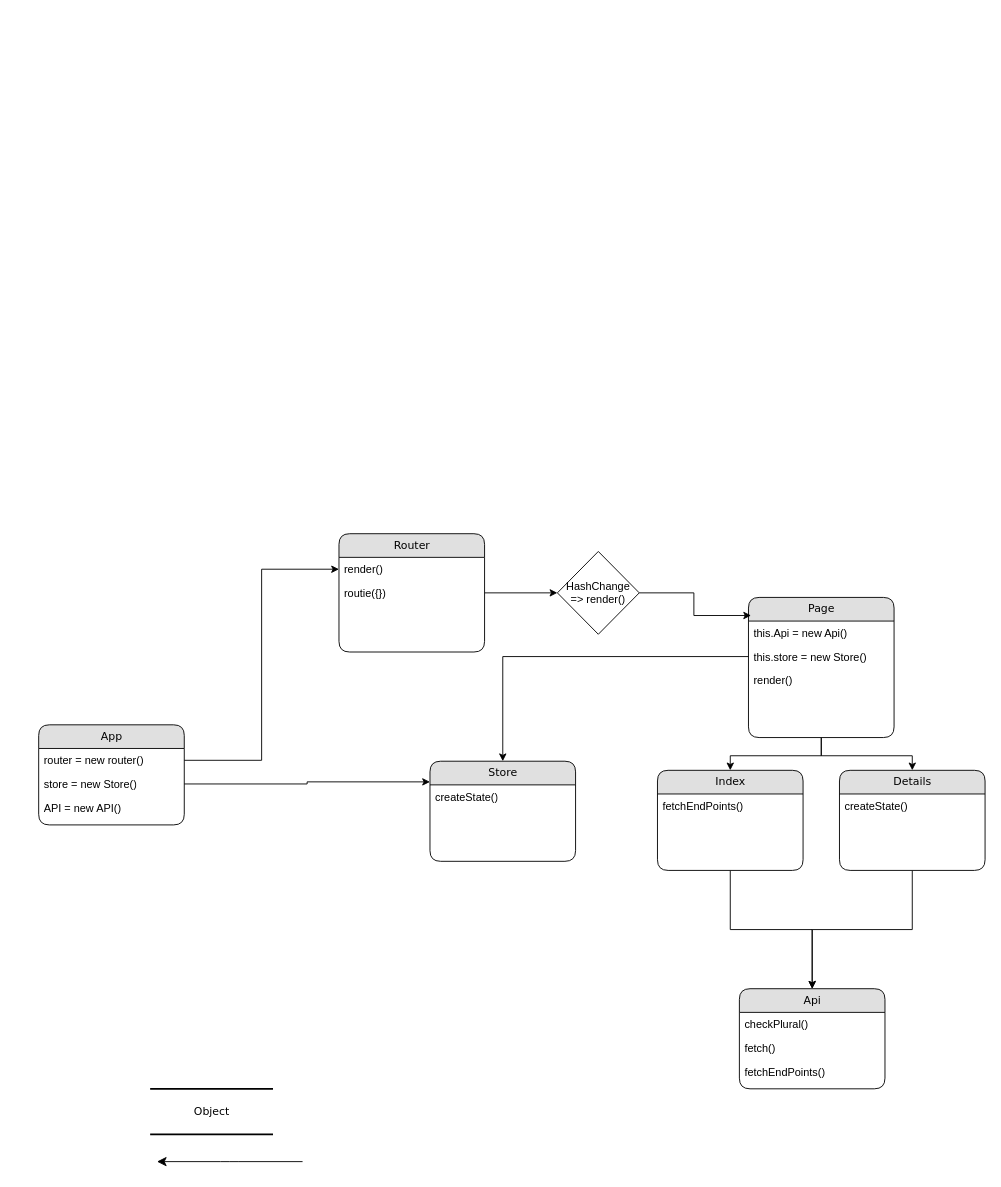
Before: project/assets/wafs2021-interaction-diagram.drawio in stanRepo/web-app-from-scratch-2021, a draw.io diagram. Source tidied: cells renumbered, new cells numbered last; positions are measured from the earlier drawing's top-left corner, leaving out a move shared by most shapes. Both pictures are drawn from the tidied source at 91%, with x=0, y=0 at pixel (38, 533).
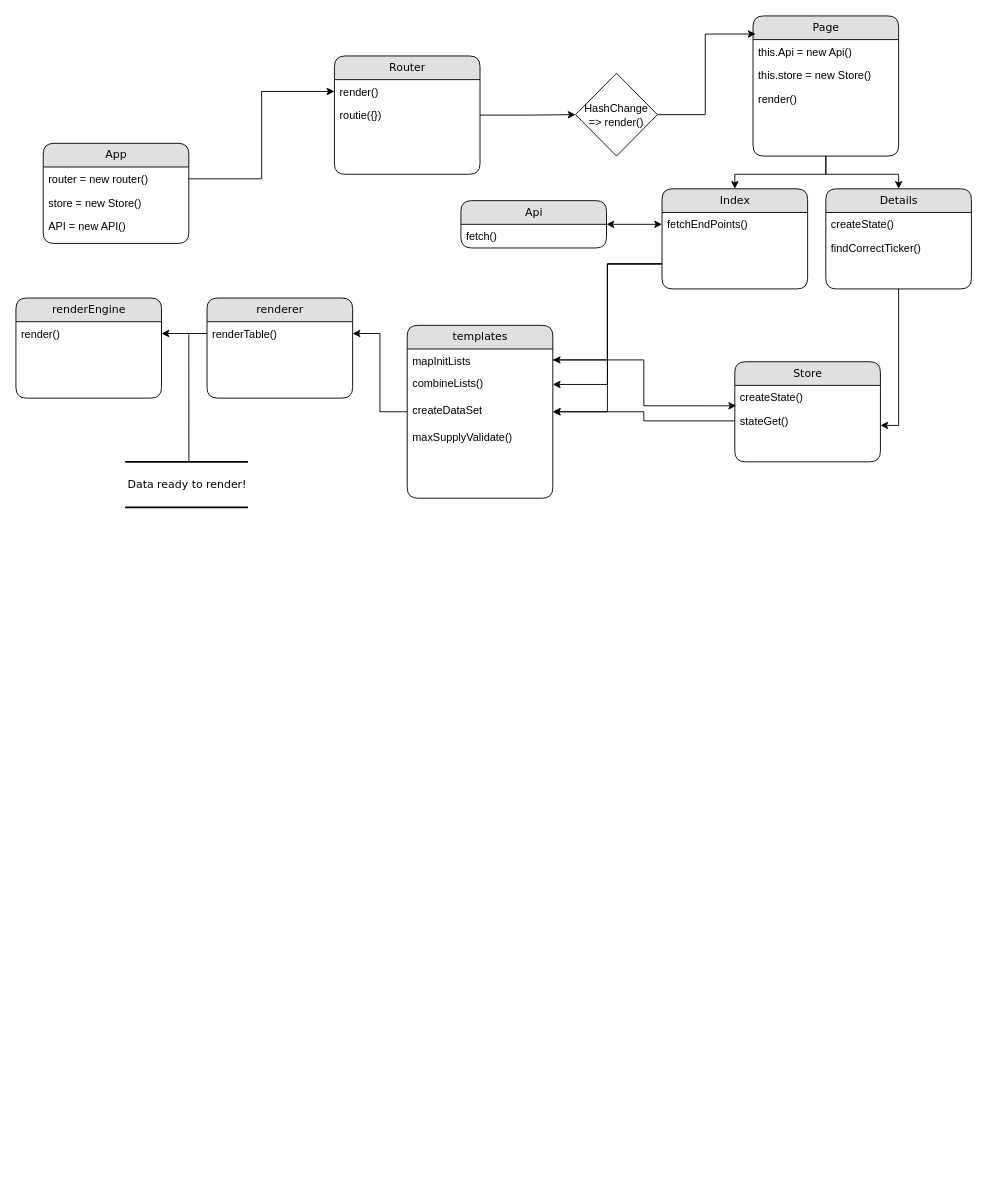
After the change.

The change refers to these unchanged cells:
```xml
<mxCell id="5" value="store = new Store()" style="text;html=1;strokeColor=none;fillColor=none;spacingLeft=4;spacingRight=4;whiteSpace=wrap;overflow=hidden;points=[[0,0.5],[1,0.5]];portConstraint=eastwest;" parent="3" vertex="1">
  <mxGeometry y="52" width="160" height="26" as="geometry" />
</mxCell>
<mxCell id="15" value="this.store = new Store()" style="text;html=1;strokeColor=none;fillColor=none;spacingLeft=4;spacingRight=4;whiteSpace=wrap;overflow=hidden;points=[[0,0.5],[1,0.5]];portConstraint=eastwest;" parent="13" vertex="1">
  <mxGeometry y="52" width="160" height="26" as="geometry" />
</mxCell>
<mxCell id="19" value="createState()" style="text;html=1;strokeColor=none;fillColor=none;spacingLeft=4;spacingRight=4;whiteSpace=wrap;overflow=hidden;points=[[0,0.5],[1,0.5]];portConstraint=eastwest;" parent="18" vertex="1">
  <mxGeometry y="26" width="160" height="26" as="geometry" />
</mxCell>
<mxCell id="29" value="fetchEndPoints()" style="text;html=1;strokeColor=none;fillColor=none;spacingLeft=4;spacingRight=4;whiteSpace=wrap;overflow=hidden;points=[[0,0.5],[1,0.5]];portConstraint=eastwest;" parent="28" vertex="1">
  <mxGeometry y="26" width="160" height="26" as="geometry" />
</mxCell>
```

What changed in the source:
```diff
@@
-    <mxCell id="2" value="Object" style="html=1;rounded=0;shadow=0;comic=0;labelBackgroundColor=none;strokeWidth=2;fontFamily=Verdana;fontSize=12;align=center;shape=mxgraph.ios7ui.horLines;" parent="1" vertex="1">
-      <mxGeometry x="122.5" y="610" width="135" height="50" as="geometry" />
+    <mxCell id="2" value="Data ready to render!" style="html=1;rounded=0;shadow=0;comic=0;labelBackgroundColor=none;strokeWidth=2;fontFamily=Verdana;fontSize=12;align=center;shape=mxgraph.ios7ui.horLines;" parent="1" vertex="1">
+      <mxGeometry x="95" y="-79" width="135" height="50" as="geometry" />
     </mxCell>
     <mxCell id="3" value="App" style="swimlane;html=1;fontStyle=0;horizontal=1;startSize=26;fillColor=#e0e0e0;swimlaneFillColor=#ffffff;align=center;rounded=1;shadow=0;comic=0;labelBackgroundColor=none;strokeWidth=1;fontFamily=Verdana;fontSize=12;" parent="1" vertex="1">
-      <mxGeometry y="210" width="160" height="110" as="geometry" />
+      <mxGeometry x="5" y="-429" width="160" height="110" as="geometry" />
     </mxCell>
@@
     <mxCell id="8" value="Router" style="swimlane;html=1;fontStyle=0;horizontal=1;startSize=26;fillColor=#e0e0e0;swimlaneFillColor=#ffffff;align=center;rounded=1;shadow=0;comic=0;labelBackgroundColor=none;strokeWidth=1;fontFamily=Verdana;fontSize=12;" parent="1" vertex="1">
-      <mxGeometry x="330" width="160" height="130" as="geometry" />
+      <mxGeometry x="325" y="-525" width="160" height="130" as="geometry" />
     </mxCell>
@@
     <mxCell id="13" value="Page" style="swimlane;html=1;fontStyle=0;horizontal=1;startSize=26;fillColor=#e0e0e0;swimlaneFillColor=#ffffff;align=center;rounded=1;shadow=0;comic=0;labelBackgroundColor=none;strokeWidth=1;fontFamily=Verdana;fontSize=12;" parent="1" vertex="1">
-      <mxGeometry x="780" y="70" width="160" height="154" as="geometry" />
+      <mxGeometry x="785" y="-569" width="160" height="154" as="geometry" />
     </mxCell>
@@
-    <mxCell id="17" style="edgeStyle=orthogonalEdgeStyle;html=1;labelBackgroundColor=none;startFill=0;startSize=8;endFill=1;endSize=8;fontFamily=Verdana;fontSize=12;entryX=1;entryY=0.5;" parent="1" edge="1">
-      <mxGeometry relative="1" as="geometry">
-        <mxPoint x="290" y="690" as="sourcePoint" />
-        <mxPoint x="130" y="690" as="targetPoint" />
-        <Array as="points">
-          <mxPoint x="210" y="690" />
-          <mxPoint x="210" y="690" />
-        </Array>
-      </mxGeometry>
-    </mxCell>
     <mxCell id="18" value="Store" style="swimlane;html=1;fontStyle=0;horizontal=1;startSize=26;fillColor=#e0e0e0;swimlaneFillColor=#ffffff;align=center;rounded=1;shadow=0;comic=0;labelBackgroundColor=none;strokeWidth=1;fontFamily=Verdana;fontSize=12;" parent="1" vertex="1">
-      <mxGeometry x="430" y="250" width="160" height="110" as="geometry" />
+      <mxGeometry x="765" y="-189" width="160" height="110" as="geometry" />
     </mxCell>
@@
+    <mxCell id="35" value="stateGet()" style="text;html=1;strokeColor=none;fillColor=none;spacingLeft=4;spacingRight=4;whiteSpace=wrap;overflow=hidden;points=[[0,0.5],[1,0.5]];portConstraint=eastwest;" parent="18" vertex="1">
+      <mxGeometry y="52" width="160" height="26" as="geometry" />
+    </mxCell>
     <mxCell id="20" value="Api" style="swimlane;html=1;fontStyle=0;horizontal=1;startSize=26;fillColor=#e0e0e0;swimlaneFillColor=#ffffff;align=center;rounded=1;shadow=0;comic=0;labelBackgroundColor=none;strokeWidth=1;fontFamily=Verdana;fontSize=12;" parent="1" vertex="1">
-      <mxGeometry x="770" y="500" width="160" height="110" as="geometry" />
+      <mxGeometry x="464" y="-366" width="160" height="52" as="geometry" />
     </mxCell>
-    <mxCell id="21" value="checkPlural()" style="text;html=1;strokeColor=none;fillColor=none;spacingLeft=4;spacingRight=4;whiteSpace=wrap;overflow=hidden;" parent="20" vertex="1">
+    <mxCell id="21" value="fetch()" style="text;html=1;strokeColor=none;fillColor=none;spacingLeft=4;spacingRight=4;whiteSpace=wrap;overflow=hidden;" parent="20" vertex="1">
       <mxGeometry y="26" width="160" height="26" as="geometry" />
     </mxCell>
-    <mxCell id="22" value="fetch()" style="text;html=1;strokeColor=none;fillColor=none;spacingLeft=4;spacingRight=4;whiteSpace=wrap;overflow=hidden;" parent="20" vertex="1">
-      <mxGeometry y="52" width="160" height="26" as="geometry" />
-    </mxCell>
-    <mxCell id="23" value="fetchEndPoints()" style="text;html=1;strokeColor=none;fillColor=none;spacingLeft=4;spacingRight=4;whiteSpace=wrap;overflow=hidden;" parent="20" vertex="1">
-      <mxGeometry y="78" width="160" height="26" as="geometry" />
-    </mxCell>
@@
     <mxCell id="26" value="HashChange&lt;br&gt;=&amp;gt; render()" style="rhombus;whiteSpace=wrap;html=1;" parent="1" vertex="1">
-      <mxGeometry x="570" y="19.5" width="90" height="91" as="geometry" />
+      <mxGeometry x="590" y="-506" width="90" height="91" as="geometry" />
     </mxCell>
-    <mxCell id="27" style="edgeStyle=orthogonalEdgeStyle;rounded=0;jettySize=auto;html=1;" parent="1" edge="1" source="28" target="20">
-      <mxGeometry relative="1" as="geometry" />
-    </mxCell>
     <mxCell id="28" value="Index" style="swimlane;html=1;fontStyle=0;horizontal=1;startSize=26;fillColor=#e0e0e0;swimlaneFillColor=#ffffff;align=center;rounded=1;shadow=0;comic=0;labelBackgroundColor=none;strokeWidth=1;fontFamily=Verdana;fontSize=12;" parent="1" vertex="1">
-      <mxGeometry x="680" y="260" width="160" height="110" as="geometry" />
+      <mxGeometry x="685" y="-379" width="160" height="110" as="geometry" />
     </mxCell>
@@
-    <mxCell id="30" style="edgeStyle=orthogonalEdgeStyle;rounded=0;jettySize=auto;html=1;" parent="1" edge="1" source="31" target="20">
-      <mxGeometry relative="1" as="geometry" />
-    </mxCell>
+    <mxCell id="36" style="edgeStyle=orthogonalEdgeStyle;rounded=0;jettySize=auto;html=1;" parent="1" edge="1" source="31">
+      <mxGeometry relative="1" as="geometry">
+        <mxPoint x="925" y="-119" as="targetPoint" />
+        <Array as="points">
+          <mxPoint x="945" y="-119" />
+          <mxPoint x="925" y="-119" />
+        </Array>
+      </mxGeometry>
+    </mxCell>
     <mxCell id="31" value="Details" style="swimlane;html=1;fontStyle=0;horizontal=1;startSize=26;fillColor=#e0e0e0;swimlaneFillColor=#ffffff;align=center;rounded=1;shadow=0;comic=0;labelBackgroundColor=none;strokeWidth=1;fontFamily=Verdana;fontSize=12;" parent="1" vertex="1">
-      <mxGeometry x="880" y="260" width="160" height="110" as="geometry" />
+      <mxGeometry x="865" y="-379" width="160" height="110" as="geometry" />
     </mxCell>
@@
-    <mxCell id="33" style="edgeStyle=orthogonalEdgeStyle;rounded=0;jettySize=auto;html=1;entryX=0;entryY=-0.126;entryDx=0;entryDy=0;entryPerimeter=0;" parent="1" edge="1" source="5" target="19">
-      <mxGeometry relative="1" as="geometry" />
-    </mxCell>
-    <mxCell id="34" style="edgeStyle=orthogonalEdgeStyle;rounded=0;jettySize=auto;html=1;" parent="1" edge="1" source="15" target="18">
-      <mxGeometry relative="1" as="geometry" />
-    </mxCell>
+    <mxCell id="37" value="findCorrectTicker()" style="text;html=1;strokeColor=none;fillColor=none;spacingLeft=4;spacingRight=4;whiteSpace=wrap;overflow=hidden;" parent="31" vertex="1">
+      <mxGeometry y="52" width="160" height="26" as="geometry" />
+    </mxCell>
+    <mxCell id="38" style="edgeStyle=orthogonalEdgeStyle;rounded=0;jettySize=auto;html=1;entryX=1;entryY=0.5;entryDx=0;entryDy=0;exitX=0;exitY=0.75;exitDx=0;exitDy=0;" parent="1" edge="1" source="28" target="40">
+      <mxGeometry relative="1" as="geometry" />
+    </mxCell>
+    <mxCell id="39" value="templates" style="swimlane;html=1;fontStyle=0;horizontal=1;startSize=26;fillColor=#e0e0e0;swimlaneFillColor=#ffffff;align=center;rounded=1;shadow=0;comic=0;labelBackgroundColor=none;strokeWidth=1;fontFamily=Verdana;fontSize=12;" parent="1" vertex="1">
+      <mxGeometry x="405" y="-229" width="160" height="190" as="geometry" />
+    </mxCell>
+    <mxCell id="40" value="mapInitLists" style="text;html=1;strokeColor=none;fillColor=none;spacingLeft=4;spacingRight=4;whiteSpace=wrap;overflow=hidden;points=[[0,0.5],[1,0.5]];portConstraint=eastwest;" parent="39" vertex="1">
+      <mxGeometry y="26" width="160" height="24" as="geometry" />
+    </mxCell>
+    <mxCell id="41" value="combineLists()" style="text;html=1;strokeColor=none;fillColor=none;spacingLeft=4;spacingRight=4;whiteSpace=wrap;overflow=hidden;points=[[0,0.5],[1,0.5]];portConstraint=eastwest;" parent="39" vertex="1">
+      <mxGeometry y="50" width="160" height="30" as="geometry" />
+    </mxCell>
+    <mxCell id="42" value="createDataSet" style="text;html=1;strokeColor=none;fillColor=none;spacingLeft=4;spacingRight=4;whiteSpace=wrap;overflow=hidden;points=[[0,0.5],[1,0.5]];portConstraint=eastwest;" parent="39" vertex="1">
+      <mxGeometry y="80" width="160" height="30" as="geometry" />
+    </mxCell>
+    <mxCell id="43" value="maxSupplyValidate()" style="text;html=1;strokeColor=none;fillColor=none;spacingLeft=4;spacingRight=4;whiteSpace=wrap;overflow=hidden;" parent="39" vertex="1">
+      <mxGeometry y="110" width="160" height="30" as="geometry" />
+    </mxCell>
+    <mxCell id="44" style="edgeStyle=orthogonalEdgeStyle;rounded=0;jettySize=auto;html=1;entryX=1;entryY=0.5;entryDx=0;entryDy=0;exitX=0;exitY=0.75;exitDx=0;exitDy=0;" parent="1" edge="1" source="28" target="41">
+      <mxGeometry relative="1" as="geometry" />
+    </mxCell>
+    <mxCell id="45" style="edgeStyle=orthogonalEdgeStyle;rounded=0;jettySize=auto;html=1;entryX=1;entryY=0.5;entryDx=0;entryDy=0;exitX=0;exitY=0.75;exitDx=0;exitDy=0;" parent="1" edge="1" source="28" target="42">
+      <mxGeometry relative="1" as="geometry" />
+    </mxCell>
+    <mxCell id="46" value="renderer" style="swimlane;html=1;fontStyle=0;horizontal=1;startSize=26;fillColor=#e0e0e0;swimlaneFillColor=#ffffff;align=center;rounded=1;shadow=0;comic=0;labelBackgroundColor=none;strokeWidth=1;fontFamily=Verdana;fontSize=12;" parent="1" vertex="1">
+      <mxGeometry x="185" y="-259" width="160" height="110" as="geometry" />
+    </mxCell>
+    <mxCell id="47" value="renderTable()" style="text;html=1;strokeColor=none;fillColor=none;spacingLeft=4;spacingRight=4;whiteSpace=wrap;overflow=hidden;points=[[0,0.5],[1,0.5]];portConstraint=eastwest;" parent="46" vertex="1">
+      <mxGeometry y="26" width="160" height="26" as="geometry" />
+    </mxCell>
+    <mxCell id="48" style="edgeStyle=orthogonalEdgeStyle;rounded=0;jettySize=auto;html=1;entryX=1;entryY=0.5;entryDx=0;entryDy=0;" parent="1" edge="1" source="42" target="47">
+      <mxGeometry relative="1" as="geometry" />
+    </mxCell>
+    <mxCell id="49" value="renderEngine" style="swimlane;html=1;fontStyle=0;horizontal=1;startSize=26;fillColor=#e0e0e0;swimlaneFillColor=#ffffff;align=center;rounded=1;shadow=0;comic=0;labelBackgroundColor=none;strokeWidth=1;fontFamily=Verdana;fontSize=12;" parent="1" vertex="1">
+      <mxGeometry x="-25" y="-259" width="160" height="110" as="geometry" />
+    </mxCell>
+    <mxCell id="50" value="render()" style="text;html=1;strokeColor=none;fillColor=none;spacingLeft=4;spacingRight=4;whiteSpace=wrap;overflow=hidden;points=[[0,0.5],[1,0.5]];portConstraint=eastwest;" parent="49" vertex="1">
+      <mxGeometry y="26" width="160" height="26" as="geometry" />
+    </mxCell>
+    <mxCell id="51" style="edgeStyle=orthogonalEdgeStyle;rounded=0;jettySize=auto;html=1;entryX=0.009;entryY=0.863;entryDx=0;entryDy=0;entryPerimeter=0;" parent="1" edge="1" source="40" target="19">
+      <mxGeometry relative="1" as="geometry" />
+    </mxCell>
+    <mxCell id="52" style="edgeStyle=orthogonalEdgeStyle;rounded=0;jettySize=auto;html=1;entryX=1;entryY=0.5;entryDx=0;entryDy=0;" parent="1" edge="1" source="35" target="42">
+      <mxGeometry relative="1" as="geometry" />
+    </mxCell>
+    <mxCell id="53" style="edgeStyle=orthogonalEdgeStyle;rounded=0;jettySize=auto;html=1;entryX=1;entryY=0.5;entryDx=0;entryDy=0;" parent="1" edge="1" source="47" target="50">
+      <mxGeometry relative="1" as="geometry" />
+    </mxCell>
+    <mxCell id="54" style="endArrow=none;html=1;entryX=0.519;entryY=-0.003;entryDx=0;entryDy=0;entryPerimeter=0;" parent="1" edge="1" target="2">
+      <mxGeometry relative="1" as="geometry">
+        <mxPoint x="165" y="-219" as="sourcePoint" />
+      </mxGeometry>
+    </mxCell>
+    <mxCell id="55" style="endArrow=classic;startArrow=classic;html=1;entryX=1;entryY=0.5;entryDx=0;entryDy=0;exitX=0;exitY=0.5;exitDx=0;exitDy=0;" parent="1" edge="1" source="29" target="20">
+      <mxGeometry relative="1" as="geometry" />
+    </mxCell>
```
